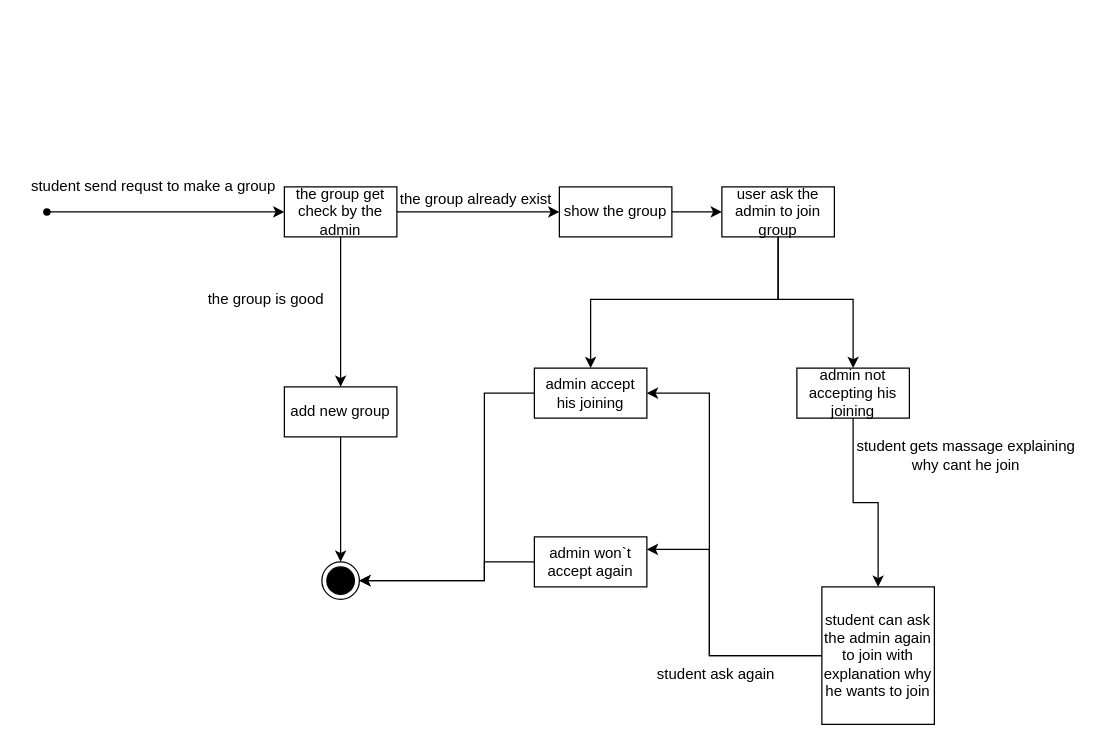
This is documents/State machine diagram.drawio from nadavsuissa/WeStudent, a draw.io file, before an edit. Source tidied: cells renumbered, new cells numbered last; positions are measured from the earlier drawing's top-left corner, leaving out a move shared by most shapes. Both pictures are drawn from the tidied source at 125%, with x=0, y=0 at pixel (21, 174).
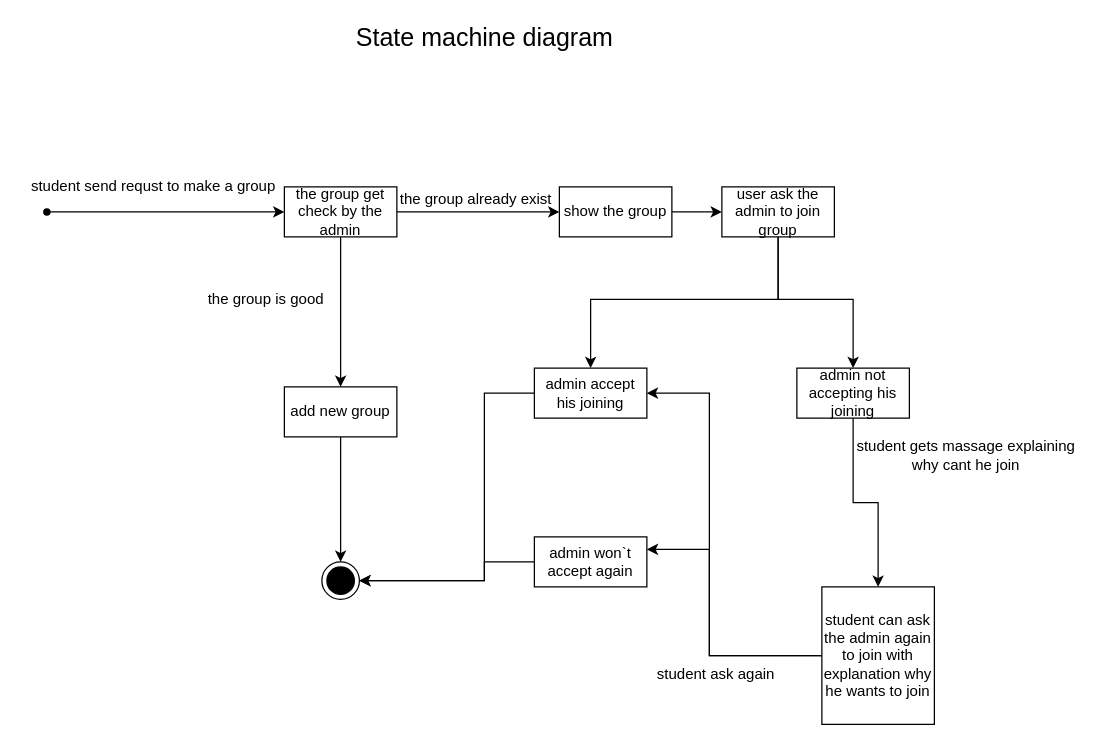
Above is the later version.

The edit, as a diff of the source:
```diff
@@
+    <mxCell id="29" value="&lt;font style=&quot;font-size: 20px&quot;&gt;State machine diagram&lt;/font&gt;" style="text;html=1;align=center;verticalAlign=middle;strokeColor=none;" parent="1" vertex="1">
+      <mxGeometry x="260" y="-120" width="220" height="20" as="geometry" />
+    </mxCell>
```
